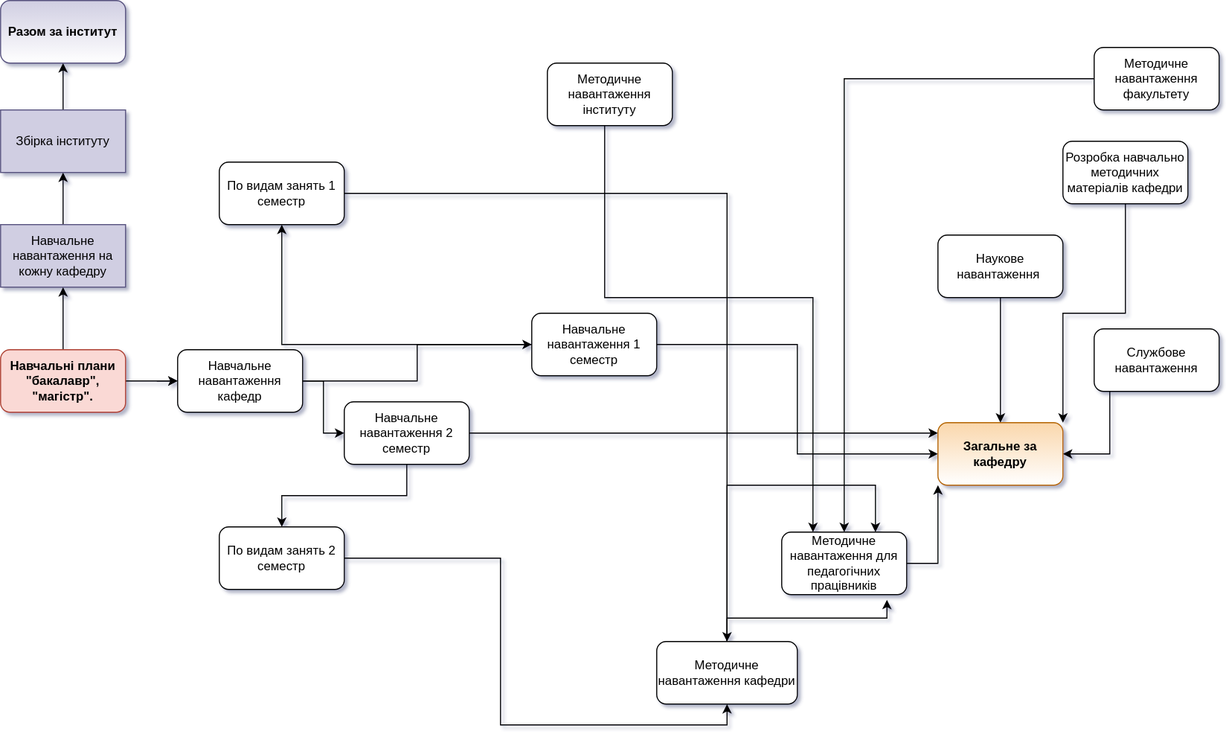
Above: client/public/img/architectureXLSX.svg in JeremyFun/masters_degree (draw.io), before the change. Source tidied: cells renumbered, new cells last; positions are measured from the earlier drawing's top-left corner, leaving out a move shared by most shapes.
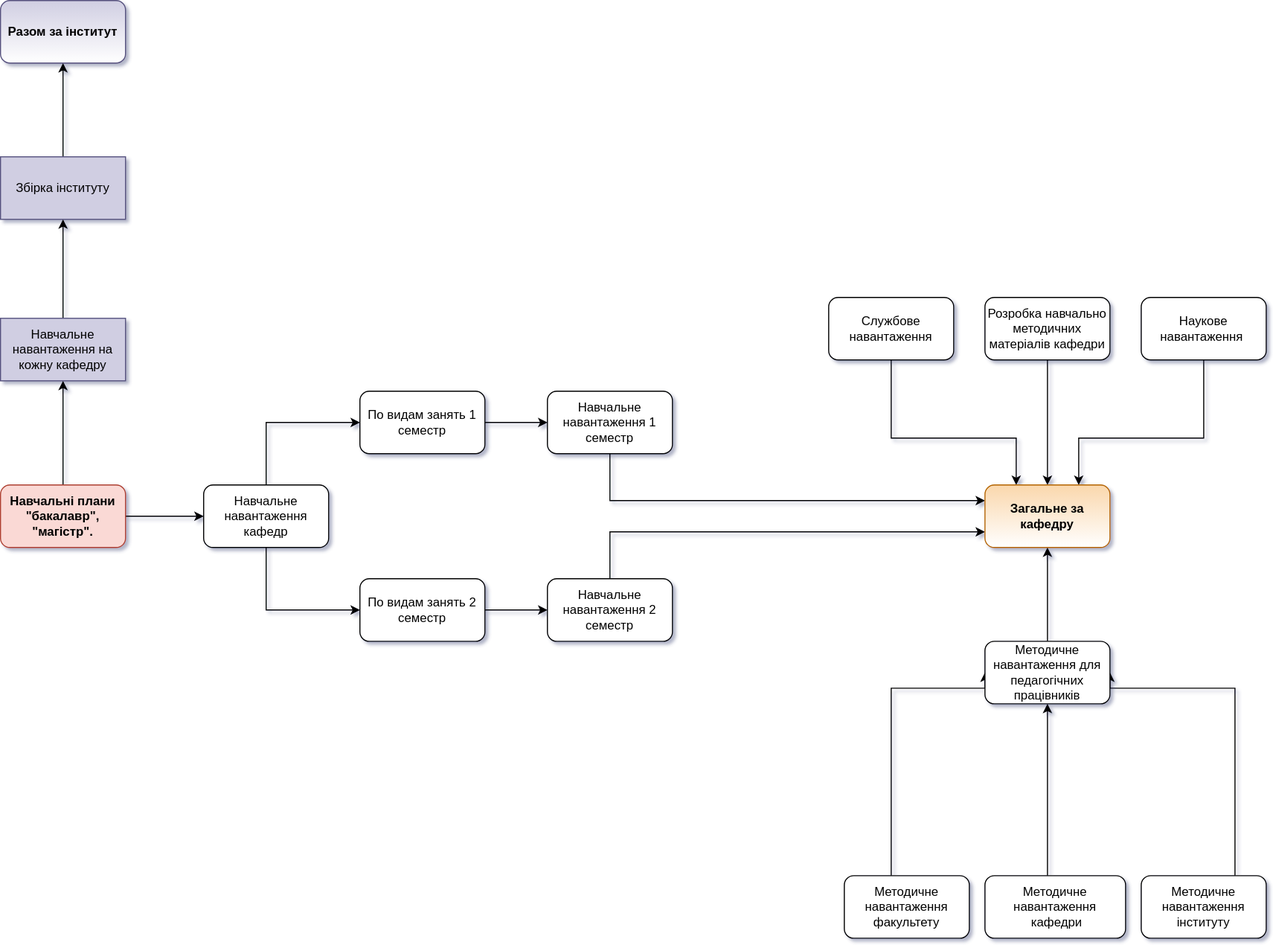
Later version of the same file.

The edit, as a diff of the source:
```diff
@@ -9,129 +9,139 @@
       <mxGeometry relative="1" as="geometry" />
     </mxCell>
     <mxCell id="4" value="Навчальні плани &quot;бакалавр&quot;, &quot;магістр&quot;." style="rounded=1;whiteSpace=wrap;html=1;fillColor=#fad9d5;strokeColor=#ae4132;fontStyle=1;" parent="1" vertex="1">
-      <mxGeometry y="335" width="120" height="60" as="geometry" />
+      <mxGeometry x="-225" y="375" width="120" height="60" as="geometry" />
     </mxCell>
-    <mxCell id="5" style="endArrow=classic;html=1;" parent="1" edge="1" target="8">
-      <mxGeometry relative="1" as="geometry">
-        <mxPoint x="150" y="365" as="sourcePoint" />
-      </mxGeometry>
-    </mxCell>
-    <mxCell id="6" style="edgeStyle=orthogonalEdgeStyle;rounded=0;jettySize=auto;html=1;" parent="1" edge="1" source="8" target="11">
-      <mxGeometry relative="1" as="geometry" />
-    </mxCell>
-    <mxCell id="7" style="edgeStyle=orthogonalEdgeStyle;rounded=0;jettySize=auto;html=1;" parent="1" edge="1" source="8" target="14">
-      <mxGeometry relative="1" as="geometry" />
-    </mxCell>
+    <mxCell id="40" style="edgeStyle=orthogonalEdgeStyle;rounded=0;jettySize=auto;html=1;entryX=0;entryY=0.5;entryDx=0;entryDy=0;" parent="1" edge="1" source="8" target="18">
+      <mxGeometry relative="1" as="geometry">
+        <Array as="points">
+          <mxPoint x="30" y="495" />
+        </Array>
+      </mxGeometry>
+    </mxCell>
+    <mxCell id="41" style="edgeStyle=orthogonalEdgeStyle;rounded=0;jettySize=auto;html=1;entryX=0;entryY=0.5;entryDx=0;entryDy=0;" parent="1" edge="1" source="8" target="16">
+      <mxGeometry relative="1" as="geometry">
+        <Array as="points">
+          <mxPoint x="30" y="315" />
+        </Array>
+      </mxGeometry>
+    </mxCell>
     <mxCell id="8" value="Навчальне навантаження кафедр" style="rounded=1;whiteSpace=wrap;html=1;" parent="1" vertex="1">
-      <mxGeometry x="170" y="335" width="120" height="60" as="geometry" />
+      <mxGeometry x="-30" y="375" width="120" height="60" as="geometry" />
     </mxCell>
-    <mxCell id="9" style="edgeStyle=orthogonalEdgeStyle;rounded=0;jettySize=auto;html=1;" parent="1" edge="1" source="11" target="16">
-      <mxGeometry relative="1" as="geometry" />
-    </mxCell>
-    <mxCell id="10" style="edgeStyle=orthogonalEdgeStyle;rounded=0;jumpSize=10;jettySize=auto;html=1;entryX=0;entryY=0.5;entryDx=0;entryDy=0;strokeColor=#000000;" parent="1" edge="1" source="11" target="34">
-      <mxGeometry relative="1" as="geometry" />
+    <mxCell id="10" style="edgeStyle=orthogonalEdgeStyle;rounded=0;jettySize=auto;html=1;" parent="1" edge="1" source="11" target="34">
+      <mxGeometry relative="1" as="geometry">
+        <Array as="points">
+          <mxPoint x="360" y="390" />
+        </Array>
+      </mxGeometry>
     </mxCell>
     <mxCell id="11" value="Навчальне навантаження 1 семестр" style="rounded=1;whiteSpace=wrap;html=1;" parent="1" vertex="1">
-      <mxGeometry x="510" y="300" width="120" height="60" as="geometry" />
+      <mxGeometry x="300" y="285" width="120" height="60" as="geometry" />
     </mxCell>
-    <mxCell id="12" style="edgeStyle=orthogonalEdgeStyle;rounded=0;jettySize=auto;html=1;" parent="1" edge="1" source="14" target="18">
-      <mxGeometry relative="1" as="geometry" />
-    </mxCell>
-    <mxCell id="13" style="edgeStyle=orthogonalEdgeStyle;rounded=0;jumpSize=10;jettySize=auto;html=1;strokeColor=#000000;" parent="1" edge="1" source="14">
-      <mxGeometry relative="1" as="geometry">
-        <mxPoint x="900" y="415" as="targetPoint" />
-      </mxGeometry>
-    </mxCell>
+    <mxCell id="42" style="edgeStyle=orthogonalEdgeStyle;rounded=0;jettySize=auto;html=1;entryX=0;entryY=0.75;entryDx=0;entryDy=0;" parent="1" edge="1" source="14" target="34">
+      <mxGeometry relative="1" as="geometry">
+        <Array as="points">
+          <mxPoint x="360" y="420" />
+        </Array>
+      </mxGeometry>
+    </mxCell>
     <mxCell id="14" value="Навчальне навантаження 2&lt;br&gt;семестр" style="rounded=1;whiteSpace=wrap;html=1;" parent="1" vertex="1">
-      <mxGeometry x="330" y="385" width="120" height="60" as="geometry" />
+      <mxGeometry x="300" y="465" width="120" height="60" as="geometry" />
     </mxCell>
-    <mxCell id="15" style="edgeStyle=orthogonalEdgeStyle;rounded=0;jettySize=auto;html=1;entryX=0.5;entryY=0;entryDx=0;entryDy=0;" parent="1" edge="1" source="16" target="25">
-      <mxGeometry relative="1" as="geometry" />
-    </mxCell>
+    <mxCell id="43" style="edgeStyle=orthogonalEdgeStyle;rounded=0;jettySize=auto;html=1;" parent="1" edge="1" source="16" target="11">
+      <mxGeometry relative="1" as="geometry" />
+    </mxCell>
     <mxCell id="16" value="По видам занять 1 семестр" style="rounded=1;whiteSpace=wrap;html=1;" parent="1" vertex="1">
-      <mxGeometry x="210" y="155" width="120" height="60" as="geometry" />
+      <mxGeometry x="120" y="285" width="120" height="60" as="geometry" />
     </mxCell>
-    <mxCell id="17" style="edgeStyle=orthogonalEdgeStyle;rounded=0;jettySize=auto;html=1;entryX=0.5;entryY=1;entryDx=0;entryDy=0;" parent="1" edge="1" source="18" target="25">
-      <mxGeometry relative="1" as="geometry" />
-    </mxCell>
+    <mxCell id="44" style="edgeStyle=orthogonalEdgeStyle;rounded=0;jettySize=auto;html=1;" parent="1" edge="1" source="18" target="14">
+      <mxGeometry relative="1" as="geometry" />
+    </mxCell>
     <mxCell id="18" value="По видам занять 2 семестр" style="rounded=1;whiteSpace=wrap;html=1;" parent="1" vertex="1">
-      <mxGeometry x="210" y="505" width="120" height="60" as="geometry" />
+      <mxGeometry x="120" y="465" width="120" height="60" as="geometry" />
     </mxCell>
-    <mxCell id="19" style="edgeStyle=orthogonalEdgeStyle;rounded=0;jumpSize=10;jettySize=auto;html=1;exitX=1;exitY=0.5;exitDx=0;exitDy=0;" parent="1" edge="1" source="20" target="27">
+    <mxCell id="19" style="edgeStyle=orthogonalEdgeStyle;rounded=0;jettySize=auto;html=1;entryX=1;entryY=0.5;entryDx=0;entryDy=0;" parent="1" edge="1" source="20" target="27">
       <mxGeometry relative="1" as="geometry">
         <Array as="points">
-          <mxPoint x="580" y="285" />
-          <mxPoint x="780" y="285" />
+          <mxPoint x="960" y="570" />
         </Array>
       </mxGeometry>
     </mxCell>
     <mxCell id="20" value="Методичне навантаження інституту" style="rounded=1;whiteSpace=wrap;html=1;" parent="1" vertex="1">
-      <mxGeometry x="525" y="60" width="120" height="60" as="geometry" />
+      <mxGeometry x="870" y="750" width="120" height="60" as="geometry" />
     </mxCell>
-    <mxCell id="21" style="edgeStyle=orthogonalEdgeStyle;rounded=0;jumpSize=10;jettySize=auto;html=1;strokeColor=#000000;" parent="1" edge="1" source="22" target="27">
-      <mxGeometry relative="1" as="geometry" />
+    <mxCell id="21" style="edgeStyle=orthogonalEdgeStyle;rounded=0;jettySize=auto;html=1;entryX=0;entryY=0.5;entryDx=0;entryDy=0;" parent="1" edge="1" source="22" target="27">
+      <mxGeometry relative="1" as="geometry">
+        <Array as="points">
+          <mxPoint x="630" y="570" />
+        </Array>
+      </mxGeometry>
     </mxCell>
     <mxCell id="22" value="Методичне навантаження факультету" style="rounded=1;whiteSpace=wrap;html=1;" parent="1" vertex="1">
-      <mxGeometry x="1050" y="45" width="120" height="60" as="geometry" />
+      <mxGeometry x="585" y="750" width="120" height="60" as="geometry" />
     </mxCell>
-    <mxCell id="23" style="edgeStyle=orthogonalEdgeStyle;rounded=0;jumpSize=10;jettySize=auto;html=1;strokeColor=#000000;" parent="1" edge="1" source="25" target="27">
-      <mxGeometry relative="1" as="geometry">
-        <Array as="points">
-          <mxPoint x="840" y="465" />
-        </Array>
-      </mxGeometry>
-    </mxCell>
-    <mxCell id="24" style="edgeStyle=orthogonalEdgeStyle;rounded=0;jumpSize=10;jettySize=auto;html=1;entryX=0.842;entryY=1.083;entryDx=0;entryDy=0;entryPerimeter=0;strokeColor=#000000;" parent="1" edge="1" source="25" target="27">
-      <mxGeometry relative="1" as="geometry" />
-    </mxCell>
+    <mxCell id="45" style="edgeStyle=orthogonalEdgeStyle;rounded=0;jettySize=auto;html=1;entryX=0.5;entryY=1;entryDx=0;entryDy=0;" parent="1" edge="1" source="25" target="27">
+      <mxGeometry relative="1" as="geometry">
+        <Array as="points">
+          <mxPoint x="780" y="705" />
+          <mxPoint x="780" y="705" />
+        </Array>
+      </mxGeometry>
+    </mxCell>
-    <mxCell id="25" value="Методичне навантаження кафедри" style="rounded=1;whiteSpace=wrap;html=1;" parent="1" vertex="1">
-      <mxGeometry x="630" y="615" width="135" height="60" as="geometry" />
+    <mxCell id="25" value="Методичне навантаження&lt;br&gt;&amp;nbsp;кафедри" style="rounded=1;whiteSpace=wrap;html=1;" parent="1" vertex="1">
+      <mxGeometry x="720" y="750" width="135" height="60" as="geometry" />
     </mxCell>
-    <mxCell id="26" style="edgeStyle=orthogonalEdgeStyle;rounded=0;jumpSize=10;jettySize=auto;html=1;entryX=0;entryY=1;entryDx=0;entryDy=0;strokeColor=#000000;" parent="1" edge="1" source="27" target="34">
+    <mxCell id="26" style="edgeStyle=orthogonalEdgeStyle;rounded=0;jettySize=auto;html=1;entryX=0.5;entryY=1;entryDx=0;entryDy=0;" parent="1" edge="1" source="27" target="34">
       <mxGeometry relative="1" as="geometry" />
     </mxCell>
     <mxCell id="27" value="Методичне навантаження для педагогічних працівників" style="rounded=1;whiteSpace=wrap;html=1;" parent="1" vertex="1">
-      <mxGeometry x="750" y="510" width="120" height="60" as="geometry" />
+      <mxGeometry x="720" y="525" width="120" height="60" as="geometry" />
     </mxCell>
-    <mxCell id="28" style="edgeStyle=orthogonalEdgeStyle;rounded=0;jumpSize=10;jettySize=auto;html=1;entryX=1;entryY=0;entryDx=0;entryDy=0;strokeColor=#000000;" parent="1" edge="1" source="29" target="34">
+    <mxCell id="28" style="edgeStyle=orthogonalEdgeStyle;rounded=0;jettySize=auto;html=1;entryX=0.5;entryY=0;entryDx=0;entryDy=0;" parent="1" edge="1" source="29" target="34">
       <mxGeometry relative="1" as="geometry" />
     </mxCell>
     <mxCell id="29" value="Розробка навчально методичних матеріалів кафедри" style="rounded=1;whiteSpace=wrap;html=1;" parent="1" vertex="1">
-      <mxGeometry x="1020" y="135" width="120" height="60" as="geometry" />
+      <mxGeometry x="720" y="195" width="120" height="60" as="geometry" />
     </mxCell>
-    <mxCell id="30" style="edgeStyle=orthogonalEdgeStyle;rounded=0;jumpSize=10;jettySize=auto;html=1;entryX=0.5;entryY=0;entryDx=0;entryDy=0;strokeColor=#000000;" parent="1" edge="1" source="31" target="34">
-      <mxGeometry relative="1" as="geometry" />
+    <mxCell id="30" style="edgeStyle=orthogonalEdgeStyle;rounded=0;jettySize=auto;html=1;entryX=0.75;entryY=0;entryDx=0;entryDy=0;" parent="1" edge="1" source="31" target="34">
+      <mxGeometry relative="1" as="geometry">
+        <Array as="points">
+          <mxPoint x="930" y="330" />
+          <mxPoint x="810" y="330" />
+        </Array>
+      </mxGeometry>
     </mxCell>
     <mxCell id="31" value="Наукове навантаження&amp;nbsp;" style="rounded=1;whiteSpace=wrap;html=1;" parent="1" vertex="1">
-      <mxGeometry x="900" y="225" width="120" height="60" as="geometry" />
+      <mxGeometry x="870" y="195" width="120" height="60" as="geometry" />
     </mxCell>
-    <mxCell id="32" style="edgeStyle=orthogonalEdgeStyle;rounded=0;jumpSize=10;jettySize=auto;html=1;strokeColor=#000000;" parent="1" edge="1" source="33" target="34">
+    <mxCell id="32" style="edgeStyle=orthogonalEdgeStyle;rounded=0;jettySize=auto;html=1;entryX=0.25;entryY=0;entryDx=0;entryDy=0;" parent="1" edge="1" source="33" target="34">
       <mxGeometry relative="1" as="geometry">
         <Array as="points">
-          <mxPoint x="1065" y="435" />
+          <mxPoint x="630" y="330" />
+          <mxPoint x="750" y="330" />
         </Array>
       </mxGeometry>
     </mxCell>
     <mxCell id="33" value="Службове навантаження" style="rounded=1;whiteSpace=wrap;html=1;" parent="1" vertex="1">
-      <mxGeometry x="1050" y="315" width="120" height="60" as="geometry" />
+      <mxGeometry x="570" y="195" width="120" height="60" as="geometry" />
     </mxCell>
     <mxCell id="34" value="Загальне за кафедру" style="rounded=1;whiteSpace=wrap;html=1;fillColor=#fad7ac;strokeColor=#b46504;gradientColor=#ffffff;fontStyle=1;" parent="1" vertex="1">
-      <mxGeometry x="900" y="405" width="120" height="60" as="geometry" />
+      <mxGeometry x="720" y="375" width="120" height="60" as="geometry" />
     </mxCell>
     <mxCell id="35" style="edgeStyle=orthogonalEdgeStyle;rounded=0;jettySize=auto;html=1;" parent="1" edge="1" source="36" target="38">
       <mxGeometry relative="1" as="geometry" />
     </mxCell>
     <mxCell id="36" value="Навчальне навантаження на кожну кафедру" style="rounded=0;whiteSpace=wrap;html=1;fillColor=#d0cee2;strokeColor=#56517e;" parent="1" vertex="1">
-      <mxGeometry y="215" width="120" height="60" as="geometry" />
+      <mxGeometry x="-225" y="215" width="120" height="60" as="geometry" />
     </mxCell>
     <mxCell id="37" style="edgeStyle=orthogonalEdgeStyle;rounded=0;jettySize=auto;html=1;" parent="1" edge="1" source="38" target="39">
       <mxGeometry relative="1" as="geometry" />
     </mxCell>
     <mxCell id="38" value="Збірка інституту" style="rounded=0;whiteSpace=wrap;html=1;fillColor=#d0cee2;strokeColor=#56517e;" parent="1" vertex="1">
-      <mxGeometry y="105" width="120" height="60" as="geometry" />
+      <mxGeometry x="-225" y="60" width="120" height="60" as="geometry" />
     </mxCell>
     <mxCell id="39" value="Разом за інститут" style="rounded=1;whiteSpace=wrap;html=1;fillColor=#d0cee2;strokeColor=#56517e;gradientColor=#ffffff;fontStyle=1;" parent="1" vertex="1">
-      <mxGeometry width="120" height="60" as="geometry" />
+      <mxGeometry x="-225" y="-90" width="120" height="60" as="geometry" />
     </mxCell>
   </root>
 </mxGraphModel>
```
